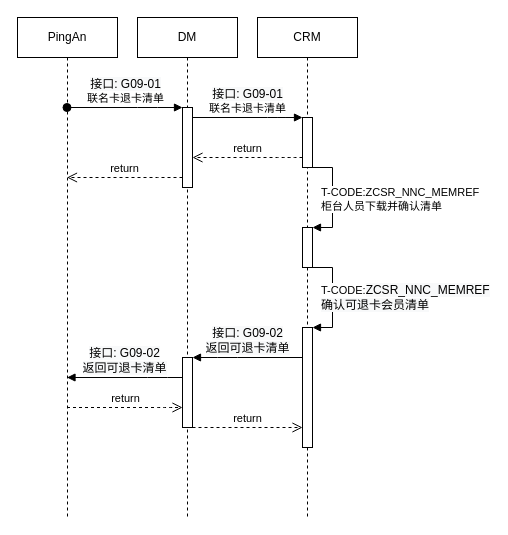
luss613/draw.io keeps this draw.io diagram as page "平安退卡申请" (11 of 14) of DM系统对接.drawio. Above is the earlier version. Source tidied: cells renumbered, new cells numbered last; positions are measured from the earlier drawing's top-left corner, leaving out a move shared by most shapes. Both pictures are drawn from the tidied source at 100%, with x=0, y=0 at pixel (17, 17).
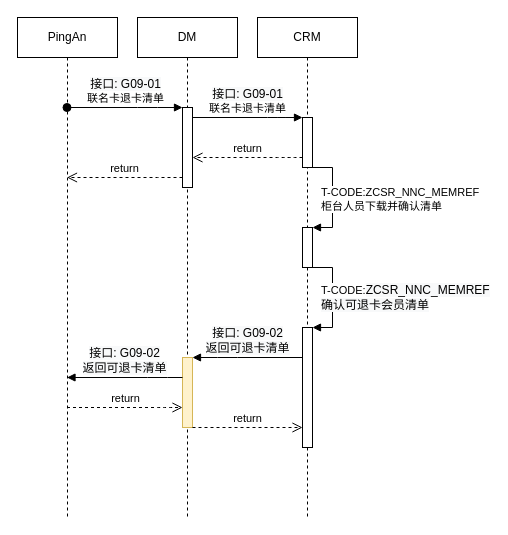
The same diagram, later.

The change refers to these unchanged cells:
```xml
<mxCell id="3" value="DM" style="shape=umlLifeline;perimeter=lifelinePerimeter;whiteSpace=wrap;html=1;" parent="1" vertex="1">
  <mxGeometry x="120" width="100" height="500" as="geometry" />
</mxCell>
```

Diff of the diagram source:
```diff
@@
-    <mxCell id="5" style="html=1;points=[];perimeter=orthogonalPerimeter;" parent="3" vertex="1">
+    <mxCell id="5" style="html=1;points=[];perimeter=orthogonalPerimeter;fillColor=#fff2cc;strokeColor=#d6b656;" parent="3" vertex="1">
       <mxGeometry x="45" y="340" width="10" height="70" as="geometry" />
     </mxCell>
```
